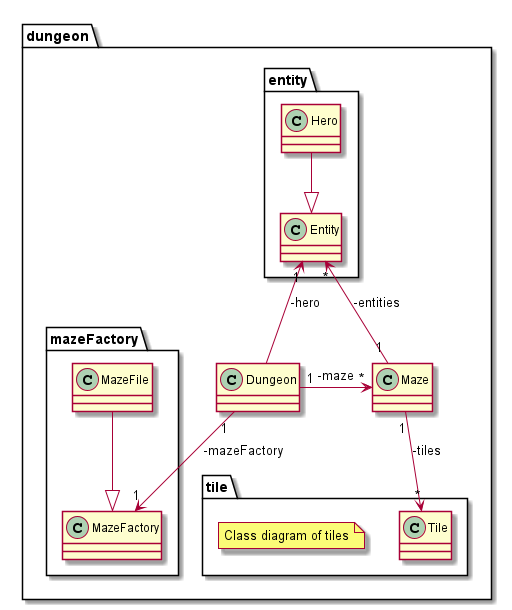
Earlier version of the PlantUML export doc/first_sprint/diagrams/class/global.png (Reynault/ACL_2019_Zelpop). Source of this version:
```plantuml
@startuml

package dungeon{

    class Dungeon{

    }

    class Maze{


    }

    package tile{

        class Tile{

        }

        note "Class diagram of tiles" as N1

    }

    package entity{

        class Entity{

        }

        class Hero{

        }

    }

    package mazeFactory{

        class MazeFactory{

        }

        class MazeFile{

        }

    }

}

Dungeon "1" -left-> "*" Maze: -maze
Dungeon "1" --> "1" MazeFactory: -mazeFactory
Maze "1" --> "*" Tile: -tiles
Maze "1" -up-> "*" Entity: -entities

Hero --|> Entity
Dungeon --> "1" Entity : -hero

MazeFile --|> MazeFactory

@enduml
```
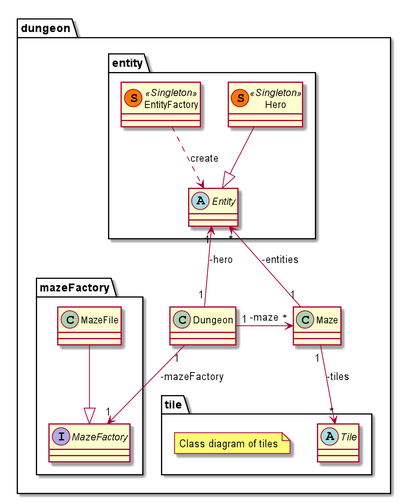
The same file after the commit.

Change to the diagram source:
```diff
@@ -13,7 +13,7 @@
 
     package tile{
 
-        class Tile{
+        abstract Tile{
 
         }
 
@@ -23,11 +23,15 @@
 
     package entity{
 
-        class Entity{
+        abstract Entity{
 
         }
 
-        class Hero{
+        class Hero << (S,#FF7700) Singleton >>{
+
+        }
+
+        class EntityFactory << (S,#FF7700) Singleton >>{
 
         }
 
@@ -35,7 +39,7 @@
 
     package mazeFactory{
 
-        class MazeFactory{
+        interface MazeFactory{
 
         }
 
@@ -52,8 +56,10 @@
 Maze "1" --> "*" Tile: -tiles
 Maze "1" -up-> "*" Entity: -entities
 
+EntityFactory ..> Entity : create
+
 Hero --|> Entity
-Dungeon --> "1" Entity : -hero
+Dungeon "1" --> "1" Entity : -hero
 
 MazeFile --|> MazeFactory
 
```
